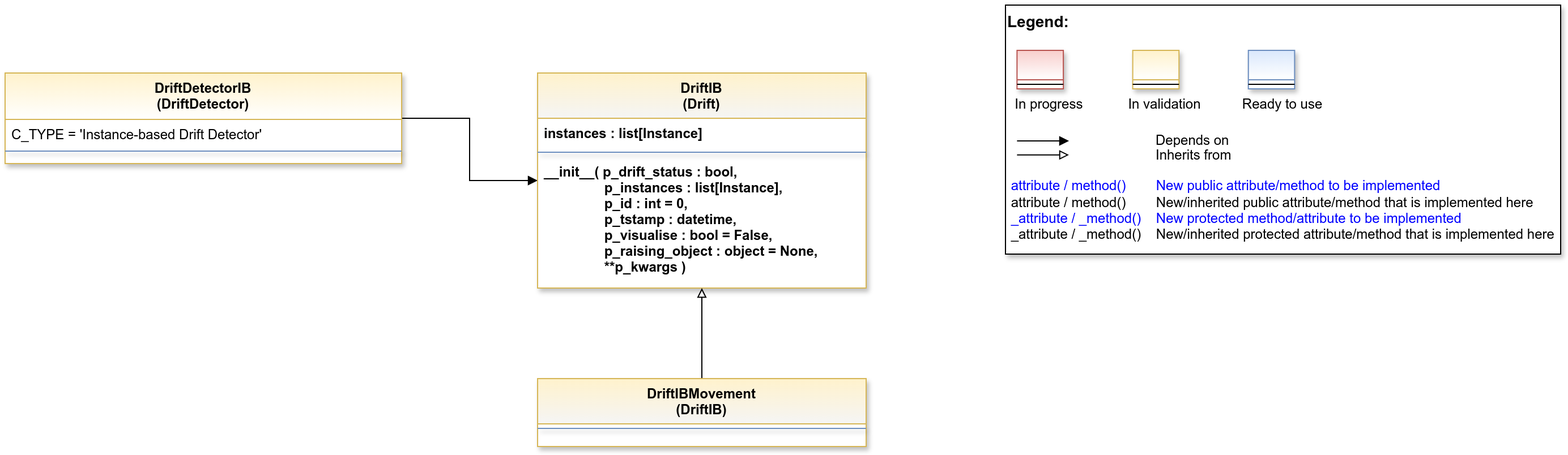
Earlier version of the draw.io export doc/rtd/content/99_appendices/appendix2/sub/mlpro_oa/streams/30_change_detection/20_drift_detection/10_instance_based/images/MLPro-OA-IB-Drift-Detectors_class_diagram.drawio.png (fhswf/MLPro). Source tidied: cells renumbered, new cells last; positions are measured from the earlier drawing's top-left corner, leaving out a move shared by most shapes.
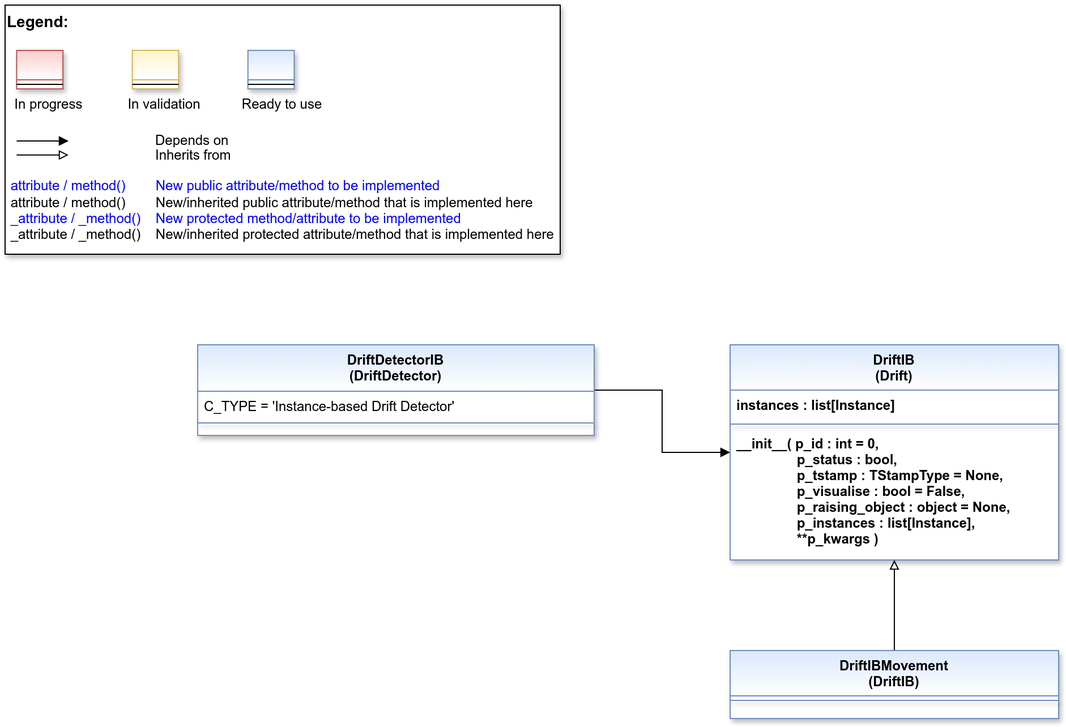
The same diagram one commit later.

The edit, as a diff of the source:
```diff
@@ -3,7 +3,7 @@
     <mxCell id="0" />
     <mxCell id="1" parent="0" />
     <mxCell id="2" style="group;" parent="1" vertex="1">
-      <mxGeometry x="883" width="490" height="220" as="geometry" />
+      <mxGeometry x="-170" y="-240" width="490" height="220" as="geometry" />
     </mxCell>
     <mxCell id="3" value="&lt;font color=&quot;#000000&quot; size=&quot;1&quot;&gt;&lt;b style=&quot;font-size: 14px&quot;&gt;Legend:&lt;br&gt;&lt;/b&gt;&lt;/font&gt;&lt;br&gt;&lt;br&gt;&lt;br&gt;&lt;font color=&quot;#0000ff&quot; style=&quot;font-size: 6px&quot;&gt;&lt;br&gt;&lt;/font&gt;&lt;span style=&quot;color: rgb(0 , 0 , 0)&quot;&gt;&lt;font style=&quot;font-size: 4px&quot;&gt;&amp;nbsp; &amp;nbsp;&lt;/font&gt;&amp;nbsp;In progress&amp;nbsp; &amp;nbsp; &amp;nbsp; &amp;nbsp; &amp;nbsp; &amp;nbsp; In validation&amp;nbsp; &amp;nbsp; &amp;nbsp; &amp;nbsp; &amp;nbsp; &amp;nbsp;Ready to use&lt;/span&gt;&lt;font color=&quot;#000000&quot;&gt;&amp;nbsp;&lt;br&gt;&lt;/font&gt;&lt;font color=&quot;#0000ff&quot;&gt;&lt;br&gt;&lt;br&gt;&lt;br&gt;&lt;br&gt;&amp;nbsp;attribute / method()&amp;nbsp; &amp;nbsp; &amp;nbsp; &amp;nbsp; New public attribute/method to be implemented&lt;/font&gt;&lt;br&gt;&lt;font color=&quot;#000000&quot;&gt;&amp;nbsp;&lt;/font&gt;&lt;font color=&quot;#000000&quot;&gt;attribute / method()&lt;span&gt; &lt;/span&gt;&amp;nbsp; &amp;nbsp; &amp;nbsp; &amp;nbsp;New/inherited public attribute/method that is implemented here&lt;br&gt;&lt;/font&gt;&lt;font color=&quot;#0000ff&quot;&gt;&amp;nbsp;_attribute /&amp;nbsp;&lt;/font&gt;&lt;font color=&quot;#0000ff&quot;&gt;_method()&amp;nbsp; &amp;nbsp; New protected method/attribute to be implemented&lt;/font&gt;&lt;br&gt;&lt;font color=&quot;#000000&quot;&gt;&amp;nbsp;_attribute / _method()&amp;nbsp; &amp;nbsp; New/inherited protected attribute/method that is implemented here&lt;br&gt;&lt;/font&gt;&lt;font color=&quot;#000000&quot;&gt;&lt;br&gt;&lt;br&gt;&lt;br&gt;&lt;br&gt;&lt;br&gt;&lt;/font&gt;" style="text;html=1;align=left;verticalAlign=top;whiteSpace=wrap;rounded=0;fontColor=#006600;strokeColor=#000000;shadow=1;fillColor=#ffffff;" parent="2" vertex="1">
       <mxGeometry width="490" height="220" as="geometry" />
@@ -46,7 +46,7 @@
     <mxCell id="12" style="edgeStyle=orthogonalEdgeStyle;rounded=0;jettySize=auto;html=1;endArrow=block;endFill=1;" parent="1" edge="1" source="13" target="16">
       <mxGeometry relative="1" as="geometry" />
     </mxCell>
-    <mxCell id="13" value="DriftDetectorIB&#10;(DriftDetector)" style="swimlane;align=center;verticalAlign=top;horizontal=1;startSize=41;rounded=0;shadow=1;strokeWidth=1;fillColor=#fff2cc;strokeColor=#d6b656;swimlaneFillColor=#ffffff;gradientColor=#FFFFFF;" parent="1" vertex="1">
+    <mxCell id="13" value="DriftDetectorIB&#10;(DriftDetector)" style="swimlane;align=center;verticalAlign=top;horizontal=1;startSize=41;rounded=0;shadow=1;strokeWidth=1;fillColor=#dae8fc;strokeColor=#6c8ebf;swimlaneFillColor=#ffffff;gradientColor=#FFFFFF;" parent="1" vertex="1">
       <mxGeometry y="60" width="350" height="80" as="geometry" />
     </mxCell>
     <mxCell id="14" value="C_TYPE = 'Instance-based Drift Detector'" style="text;align=left;verticalAlign=top;spacingLeft=4;spacingRight=4;overflow=hidden;" parent="13" vertex="1">
@@ -55,7 +55,7 @@
     <mxCell id="15" style="line;html=1;strokeWidth=1;align=center;verticalAlign=top;spacingTop=-1;spacingLeft=3;spacingRight=3;labelPosition=right;rounded=0;shadow=1;strokeColor=#6c8ebf;swimlaneFillColor=#ffffff;fontFamily=Helvetica;fontSize=12;fontColor=default;fontStyle=3;fillColor=#dae8fc;gradientColor=#ffffff;" parent="13" vertex="1">
       <mxGeometry y="65" width="350" height="8" as="geometry" />
     </mxCell>
-    <mxCell id="16" value="DriftIB&#10;(Drift)" style="swimlane;fontStyle=1;align=center;verticalAlign=top;horizontal=1;startSize=40;rounded=0;shadow=1;strokeWidth=1;fillColor=#fff2cc;strokeColor=#d6b656;swimlaneFillColor=#ffffff;fontFamily=Helvetica;fontSize=12;gradientColor=#F5F5F5;" parent="1" vertex="1">
+    <mxCell id="16" value="DriftIB&#10;(Drift)" style="swimlane;fontStyle=1;align=center;verticalAlign=top;horizontal=1;startSize=40;rounded=0;shadow=1;strokeWidth=1;fillColor=#dae8fc;strokeColor=#6c8ebf;swimlaneFillColor=#ffffff;fontFamily=Helvetica;fontSize=12;gradientColor=#FFFFFF;" parent="1" vertex="1">
       <mxGeometry x="470" y="60" width="290" height="190" as="geometry" />
     </mxCell>
     <mxCell id="17" value="instances : list[Instance]" style="text;align=left;verticalAlign=top;spacingLeft=4;spacingRight=4;overflow=hidden;fontStyle=1;" parent="16" vertex="1">
@@ -64,13 +64,13 @@
     <mxCell id="18" style="line;html=1;strokeWidth=1;align=center;verticalAlign=top;spacingTop=-1;spacingLeft=3;spacingRight=3;labelPosition=right;rounded=0;shadow=1;strokeColor=#6c8ebf;swimlaneFillColor=#ffffff;fontFamily=Helvetica;fontSize=12;fontColor=default;fontStyle=1;fillColor=#dae8fc;gradientColor=#ffffff;" parent="16" vertex="1">
       <mxGeometry y="66" width="290" height="8" as="geometry" />
     </mxCell>
-    <mxCell id="19" value="__init__( p_drift_status : bool,&#10;                p_instances : list[Instance],&#10;                p_id : int = 0,&#10;                p_tstamp : datetime,&#10;                p_visualise : bool = False,&#10;                p_raising_object : object = None,&#10;                **p_kwargs )" style="text;align=left;verticalAlign=top;spacingLeft=4;spacingRight=4;overflow=hidden;fontStyle=1;" parent="16" vertex="1">
+    <mxCell id="19" value="__init__( p_id : int = 0,&#10;                p_status : bool,&#10;                p_tstamp : TStampType = None,&#10;                p_visualise : bool = False,&#10;                p_raising_object : object = None,&#10;                p_instances : list[Instance],&#10;                **p_kwargs )" style="text;align=left;verticalAlign=top;spacingLeft=4;spacingRight=4;overflow=hidden;fontStyle=1;" parent="16" vertex="1">
       <mxGeometry y="74" width="290" height="110" as="geometry" />
     </mxCell>
     <mxCell id="20" style="edgeStyle=orthogonalEdgeStyle;rounded=0;jettySize=auto;html=1;endArrow=block;endFill=0;" parent="1" edge="1" source="21" target="16">
       <mxGeometry relative="1" as="geometry" />
     </mxCell>
-    <mxCell id="21" value="DriftIBMovement&#10;(DriftIB)" style="swimlane;fontStyle=1;align=center;verticalAlign=top;horizontal=1;startSize=40;rounded=0;shadow=1;strokeWidth=1;fillColor=#fff2cc;strokeColor=#d6b656;swimlaneFillColor=#ffffff;fontFamily=Helvetica;fontSize=12;gradientColor=#F5F5F5;" parent="1" vertex="1">
+    <mxCell id="21" value="DriftIBMovement&#10;(DriftIB)" style="swimlane;fontStyle=1;align=center;verticalAlign=top;horizontal=1;startSize=40;rounded=0;shadow=1;strokeWidth=1;fillColor=#dae8fc;strokeColor=#6c8ebf;swimlaneFillColor=#ffffff;fontFamily=Helvetica;fontSize=12;gradientColor=#FFFFFF;" parent="1" vertex="1">
       <mxGeometry x="470" y="330" width="290" height="60" as="geometry" />
     </mxCell>
     <mxCell id="22" style="line;html=1;strokeWidth=1;align=center;verticalAlign=top;spacingTop=-1;spacingLeft=3;spacingRight=3;labelPosition=right;rounded=0;shadow=1;strokeColor=#6c8ebf;swimlaneFillColor=#ffffff;fontFamily=Helvetica;fontSize=12;fontColor=default;fontStyle=1;fillColor=#dae8fc;gradientColor=#ffffff;" parent="21" vertex="1">
```
